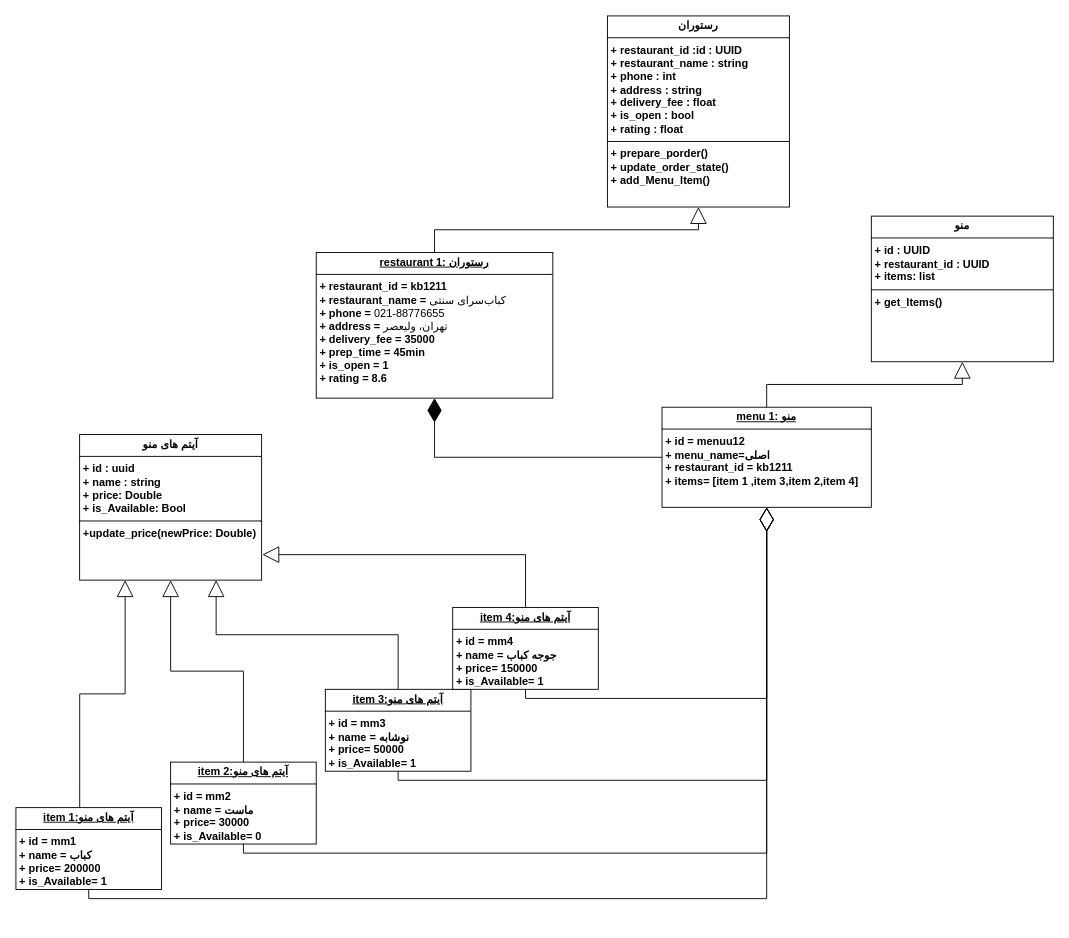
Earlier version of the draw.io diagram object Diagram.drawio (aqua1252/tasks). Source tidied: cells renumbered, new cells numbered last; positions are measured from the earlier drawing's top-left corner, leaving out a move shared by most shapes. Both pictures are drawn from the tidied source at 91%, with x=0, y=0 at pixel (15, 15).
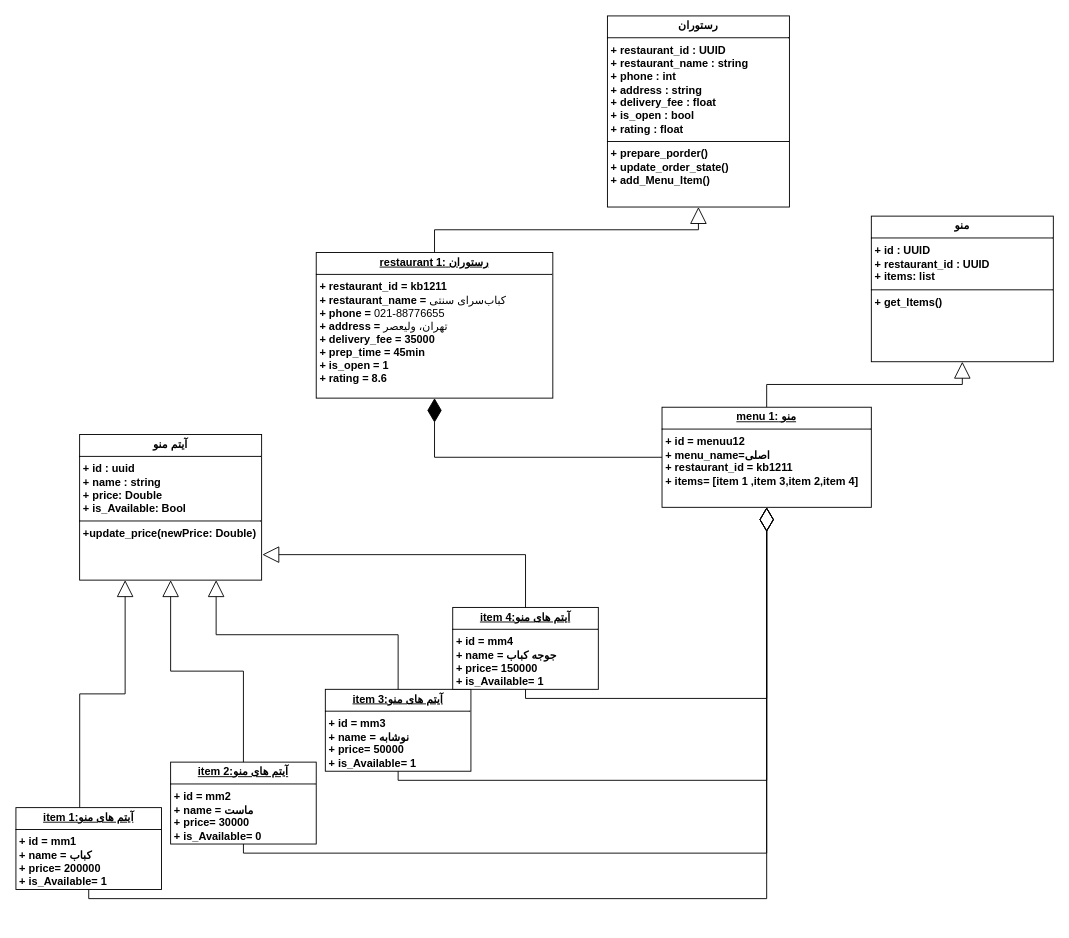
After the change.

The edit, as a diff of the source:
```diff
@@
-    <mxCell id="2" value="&lt;p style=&quot;margin:0px;margin-top:4px;text-align:center;&quot;&gt;&lt;span&gt;آیتم های منو&lt;/span&gt;&lt;/p&gt;&lt;hr size=&quot;1&quot; style=&quot;border-style:solid;&quot;&gt;&lt;p style=&quot;margin:0px;margin-left:4px;&quot;&gt;+ id : uuid&lt;/p&gt;&lt;p style=&quot;margin:0px;margin-left:4px;&quot;&gt;+ name : string&lt;/p&gt;&lt;p style=&quot;margin:0px;margin-left:4px;&quot;&gt;+&amp;nbsp;&lt;span style=&quot;white-space-collapse: preserve; background-color: transparent; color: light-dark(rgb(0, 0, 0), rgb(255, 255, 255));&quot;&gt;price: Double&lt;/span&gt;&lt;/p&gt;&lt;p style=&quot;margin:0px;margin-left:4px;&quot;&gt;&lt;span style=&quot;white-space-collapse: preserve; background-color: transparent; color: light-dark(rgb(0, 0, 0), rgb(255, 255, 255));&quot;&gt;+ &lt;/span&gt;&lt;span style=&quot;white-space-collapse: preserve; background-color: transparent; color: light-dark(rgb(0, 0, 0), rgb(255, 255, 255));&quot;&gt;is_Available: Bool&lt;/span&gt;&lt;/p&gt;&lt;hr size=&quot;1&quot; style=&quot;border-style:solid;&quot;&gt;&lt;p style=&quot;margin:0px;margin-left:4px;&quot;&gt;&lt;span style=&quot;white-space-collapse: preserve; background-color: transparent; color: light-dark(rgb(0, 0, 0), rgb(255, 255, 255));&quot;&gt;+update_price(newPrice: Double)&lt;/span&gt;&lt;/p&gt;" style="verticalAlign=top;align=left;overflow=fill;html=1;whiteSpace=wrap;fontStyle=1;" parent="1" vertex="1">
+    <mxCell id="2" value="&lt;p style=&quot;margin:0px;margin-top:4px;text-align:center;&quot;&gt;&lt;span&gt;آیتم منو&lt;/span&gt;&lt;/p&gt;&lt;hr size=&quot;1&quot; style=&quot;border-style:solid;&quot;&gt;&lt;p style=&quot;margin:0px;margin-left:4px;&quot;&gt;+ id : uuid&lt;/p&gt;&lt;p style=&quot;margin:0px;margin-left:4px;&quot;&gt;+ name : string&lt;/p&gt;&lt;p style=&quot;margin:0px;margin-left:4px;&quot;&gt;+&amp;nbsp;&lt;span style=&quot;white-space-collapse: preserve; background-color: transparent; color: light-dark(rgb(0, 0, 0), rgb(255, 255, 255));&quot;&gt;price: Double&lt;/span&gt;&lt;/p&gt;&lt;p style=&quot;margin:0px;margin-left:4px;&quot;&gt;&lt;span style=&quot;white-space-collapse: preserve; background-color: transparent; color: light-dark(rgb(0, 0, 0), rgb(255, 255, 255));&quot;&gt;+ &lt;/span&gt;&lt;span style=&quot;white-space-collapse: preserve; background-color: transparent; color: light-dark(rgb(0, 0, 0), rgb(255, 255, 255));&quot;&gt;is_Available: Bool&lt;/span&gt;&lt;/p&gt;&lt;hr size=&quot;1&quot; style=&quot;border-style:solid;&quot;&gt;&lt;p style=&quot;margin:0px;margin-left:4px;&quot;&gt;&lt;span style=&quot;white-space-collapse: preserve; background-color: transparent; color: light-dark(rgb(0, 0, 0), rgb(255, 255, 255));&quot;&gt;+update_price(newPrice: Double)&lt;/span&gt;&lt;/p&gt;" style="verticalAlign=top;align=left;overflow=fill;html=1;whiteSpace=wrap;fontStyle=1;" parent="1" vertex="1">
       <mxGeometry x="70" y="460" width="200" height="160" as="geometry" />
     </mxCell>
-    <mxCell id="3" value="&lt;p style=&quot;margin:0px;margin-top:4px;text-align:center;&quot;&gt;&lt;span&gt;رستوران&lt;/span&gt;&lt;/p&gt;&lt;hr size=&quot;1&quot; style=&quot;border-style:solid;&quot;&gt;&lt;p style=&quot;margin:0px;margin-left:4px;&quot;&gt;+ restaurant_id :&lt;span style=&quot;color: light-dark(rgb(0, 0, 0), rgb(255, 255, 255)); background-color: transparent;&quot;&gt;id :&amp;nbsp;UUID&lt;/span&gt;&lt;/p&gt;&lt;p style=&quot;margin:0px;margin-left:4px;&quot;&gt;&lt;span style=&quot;color: light-dark(rgb(0, 0, 0), rgb(255, 255, 255)); background-color: transparent;&quot;&gt;+&amp;nbsp;&lt;/span&gt;&lt;span style=&quot;background-color: transparent; color: light-dark(rgb(0, 0, 0), rgb(255, 255, 255));&quot;&gt;restaurant_name : string&lt;/span&gt;&lt;/p&gt;&lt;p style=&quot;margin:0px;margin-left:4px;&quot;&gt;&lt;span style=&quot;background-color: transparent; color: light-dark(rgb(0, 0, 0), rgb(255, 255, 255));&quot;&gt;+ phone : int&lt;/span&gt;&lt;/p&gt;&lt;p style=&quot;margin:0px;margin-left:4px;&quot;&gt;&lt;span style=&quot;background-color: transparent; color: light-dark(rgb(0, 0, 0), rgb(255, 255, 255));&quot;&gt;+ address : string&lt;/span&gt;&lt;/p&gt;&lt;p style=&quot;margin:0px;margin-left:4px;&quot;&gt;&lt;span style=&quot;background-color: transparent; color: light-dark(rgb(0, 0, 0), rgb(255, 255, 255));&quot;&gt;+ delivery_fee : float&lt;/span&gt;&lt;/p&gt;&lt;p style=&quot;margin:0px;margin-left:4px;&quot;&gt;+ is_open : bool&lt;/p&gt;&lt;p style=&quot;margin:0px;margin-left:4px;&quot;&gt;&lt;span style=&quot;background-color: transparent; color: light-dark(rgb(0, 0, 0), rgb(255, 255, 255));&quot;&gt;+&amp;nbsp;&lt;/span&gt;&lt;span style=&quot;background-color: transparent; color: light-dark(rgb(0, 0, 0), rgb(255, 255, 255));&quot;&gt;rating : float&lt;/span&gt;&lt;/p&gt;&lt;hr size=&quot;1&quot; style=&quot;border-style:solid;&quot;&gt;&lt;p style=&quot;margin:0px;margin-left:4px;&quot;&gt;+ prepare_porder()&lt;/p&gt;&lt;p style=&quot;margin:0px;margin-left:4px;&quot;&gt;+&amp;nbsp;&lt;span style=&quot;background-color: transparent; color: light-dark(rgb(0, 0, 0), rgb(255, 255, 255));&quot;&gt;update_order_state()&lt;/span&gt;&lt;/p&gt;&lt;p style=&quot;margin:0px;margin-left:4px;&quot;&gt;+&amp;nbsp;&lt;span style=&quot;white-space-collapse: preserve; background-color: transparent; color: light-dark(rgb(0, 0, 0), rgb(255, 255, 255));&quot;&gt;add_Menu_Item()&lt;/span&gt;&lt;/p&gt;" style="verticalAlign=top;align=left;overflow=fill;html=1;whiteSpace=wrap;fontStyle=1;" parent="1" vertex="1">
+    <mxCell id="3" value="&lt;p style=&quot;margin:0px;margin-top:4px;text-align:center;&quot;&gt;&lt;span&gt;رستوران&lt;/span&gt;&lt;/p&gt;&lt;hr size=&quot;1&quot; style=&quot;border-style:solid;&quot;&gt;&lt;p style=&quot;margin:0px;margin-left:4px;&quot;&gt;+ restaurant_id &lt;span style=&quot;color: light-dark(rgb(0, 0, 0), rgb(255, 255, 255)); background-color: transparent;&quot;&gt;:&amp;nbsp;UUID&lt;/span&gt;&lt;/p&gt;&lt;p style=&quot;margin:0px;margin-left:4px;&quot;&gt;&lt;span style=&quot;color: light-dark(rgb(0, 0, 0), rgb(255, 255, 255)); background-color: transparent;&quot;&gt;+&amp;nbsp;&lt;/span&gt;&lt;span style=&quot;background-color: transparent; color: light-dark(rgb(0, 0, 0), rgb(255, 255, 255));&quot;&gt;restaurant_name : string&lt;/span&gt;&lt;/p&gt;&lt;p style=&quot;margin:0px;margin-left:4px;&quot;&gt;&lt;span style=&quot;background-color: transparent; color: light-dark(rgb(0, 0, 0), rgb(255, 255, 255));&quot;&gt;+ phone : int&lt;/span&gt;&lt;/p&gt;&lt;p style=&quot;margin:0px;margin-left:4px;&quot;&gt;&lt;span style=&quot;background-color: transparent; color: light-dark(rgb(0, 0, 0), rgb(255, 255, 255));&quot;&gt;+ address : string&lt;/span&gt;&lt;/p&gt;&lt;p style=&quot;margin:0px;margin-left:4px;&quot;&gt;&lt;span style=&quot;background-color: transparent; color: light-dark(rgb(0, 0, 0), rgb(255, 255, 255));&quot;&gt;+ delivery_fee : float&lt;/span&gt;&lt;/p&gt;&lt;p style=&quot;margin:0px;margin-left:4px;&quot;&gt;+ is_open : bool&lt;/p&gt;&lt;p style=&quot;margin:0px;margin-left:4px;&quot;&gt;&lt;span style=&quot;background-color: transparent; color: light-dark(rgb(0, 0, 0), rgb(255, 255, 255));&quot;&gt;+&amp;nbsp;&lt;/span&gt;&lt;span style=&quot;background-color: transparent; color: light-dark(rgb(0, 0, 0), rgb(255, 255, 255));&quot;&gt;rating : float&lt;/span&gt;&lt;/p&gt;&lt;hr size=&quot;1&quot; style=&quot;border-style:solid;&quot;&gt;&lt;p style=&quot;margin:0px;margin-left:4px;&quot;&gt;+ prepare_porder()&lt;/p&gt;&lt;p style=&quot;margin:0px;margin-left:4px;&quot;&gt;+&amp;nbsp;&lt;span style=&quot;background-color: transparent; color: light-dark(rgb(0, 0, 0), rgb(255, 255, 255));&quot;&gt;update_order_state()&lt;/span&gt;&lt;/p&gt;&lt;p style=&quot;margin:0px;margin-left:4px;&quot;&gt;+&amp;nbsp;&lt;span style=&quot;white-space-collapse: preserve; background-color: transparent; color: light-dark(rgb(0, 0, 0), rgb(255, 255, 255));&quot;&gt;add_Menu_Item()&lt;/span&gt;&lt;/p&gt;" style="verticalAlign=top;align=left;overflow=fill;html=1;whiteSpace=wrap;fontStyle=1;" parent="1" vertex="1">
       <mxGeometry x="650" width="200" height="210" as="geometry" />
     </mxCell>
```
